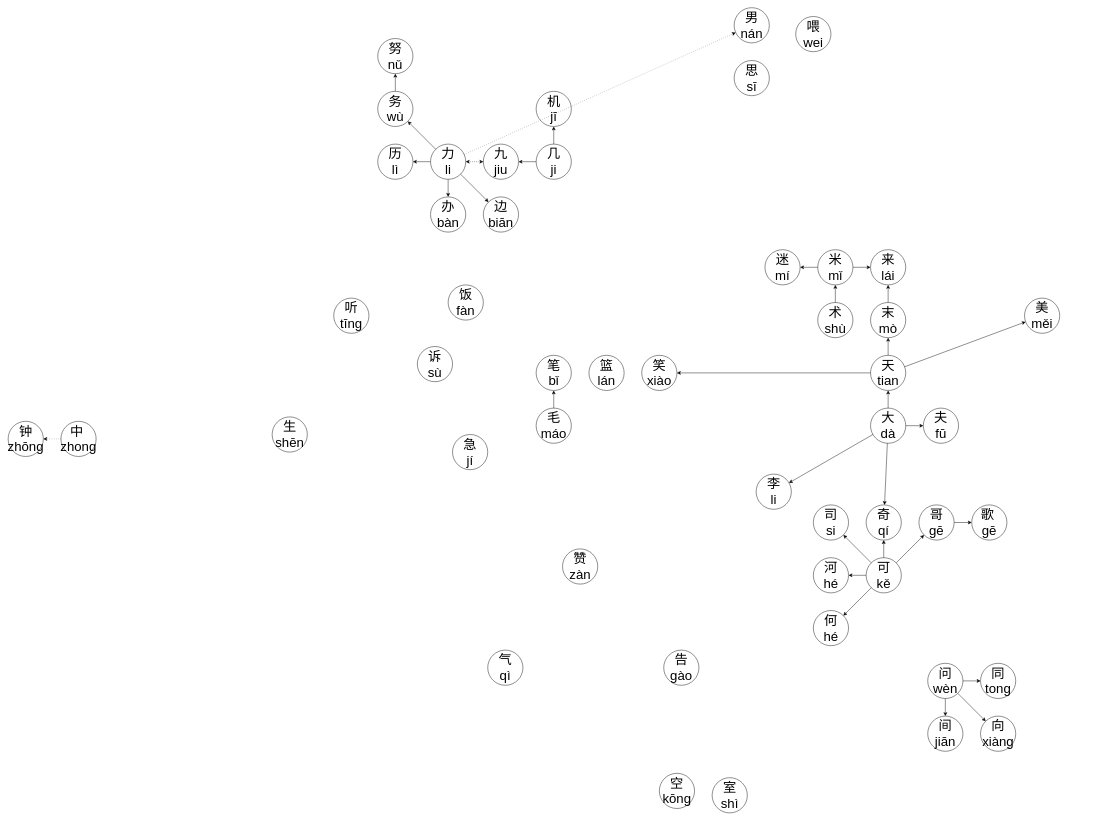
Earlier version of the draw.io diagram chinese character map.drawio (g3m3n30/Python-snippets). Source tidied: cells renumbered, new cells numbered last; positions are measured from the earlier drawing's top-left corner, leaving out a move shared by most shapes. Both pictures are drawn from the tidied source at 44%, with x=0, y=0 at pixel (8, 7).
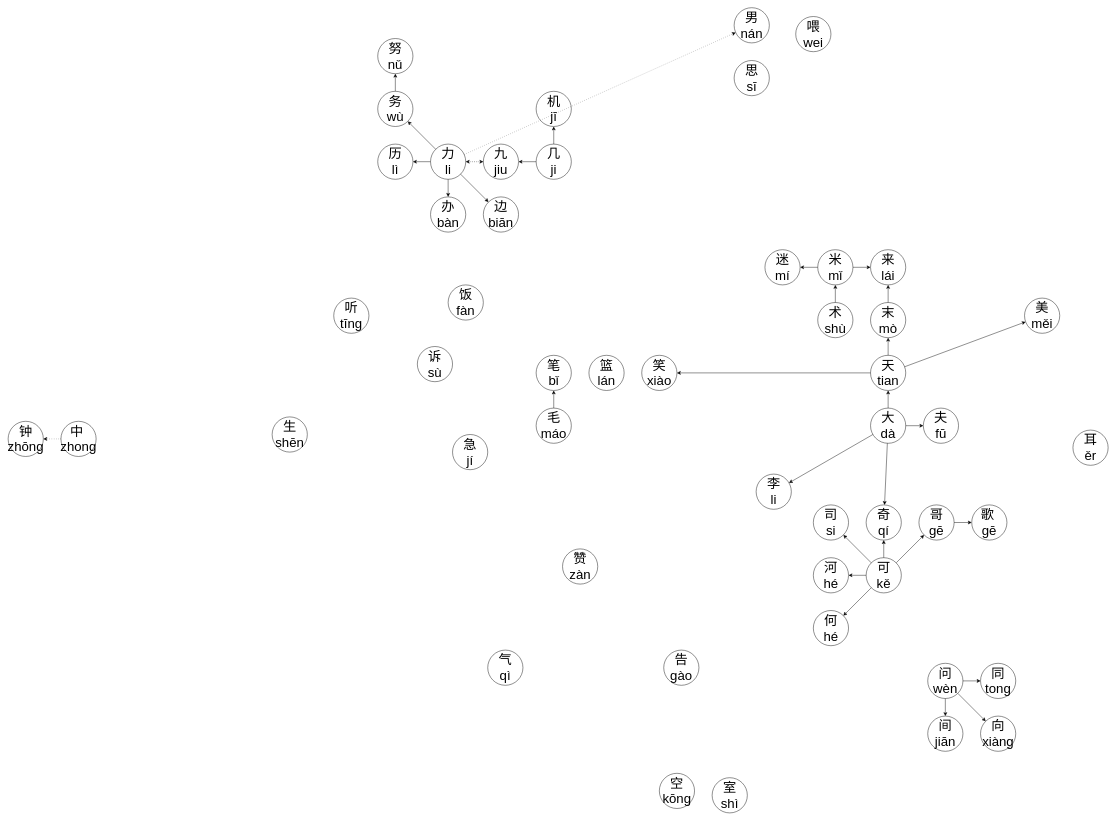
The same diagram, later.

What changed in the source:
```diff
@@
+    <mxCell id="83" value="&lt;div style=&quot;font-size: 30px;&quot;&gt;&lt;font style=&quot;font-size: 30px;&quot;&gt;耳&lt;/font&gt;&lt;/div&gt;&lt;div style=&quot;font-size: 30px;&quot;&gt;&lt;font style=&quot;font-size: 30px;&quot;&gt;ěr&lt;/font&gt;&lt;/div&gt;" style="ellipse;whiteSpace=wrap;html=1;" parent="1" vertex="1">
+      <mxGeometry x="2420" y="960" width="80" height="80" as="geometry" />
+    </mxCell>
```
